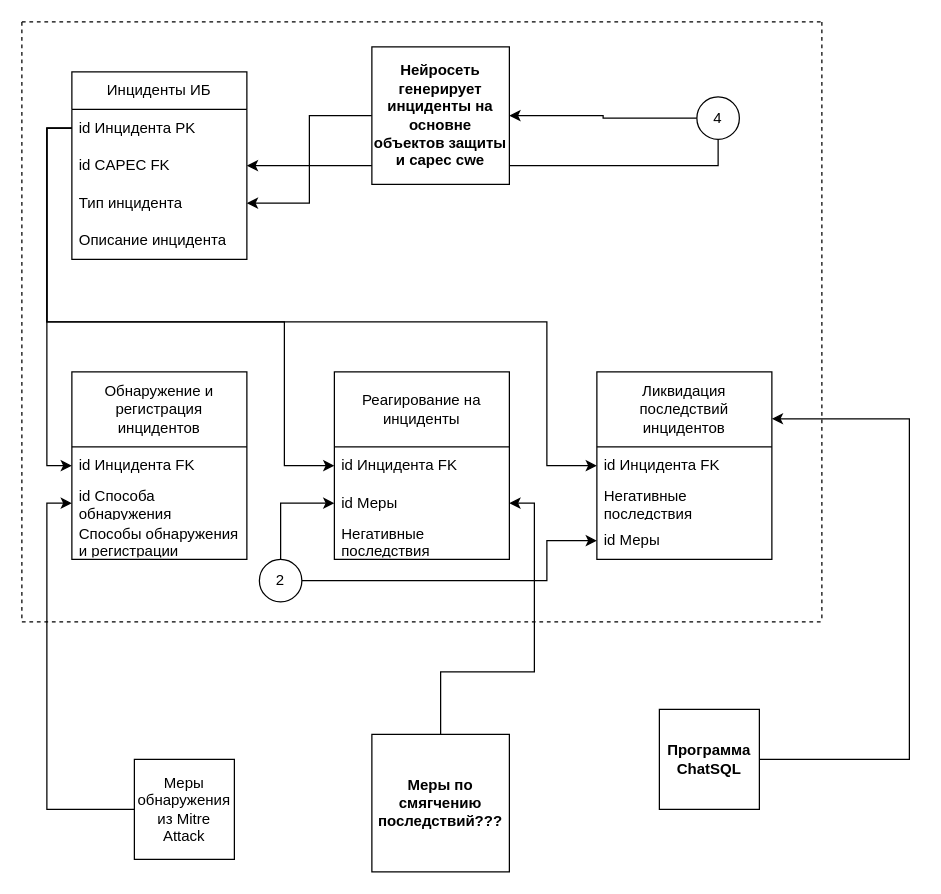
This is (Обновленная схема ОПЗ) Частные регламенты.drawio from SmirnovBogdan8/Diplom, a draw.io file, before an edit. Source tidied: cells renumbered, new cells numbered last; positions are measured from the earlier drawing's top-left corner, leaving out a move shared by most shapes. Both pictures are drawn from the tidied source at 125%, with x=0, y=0 at pixel (21, 21).
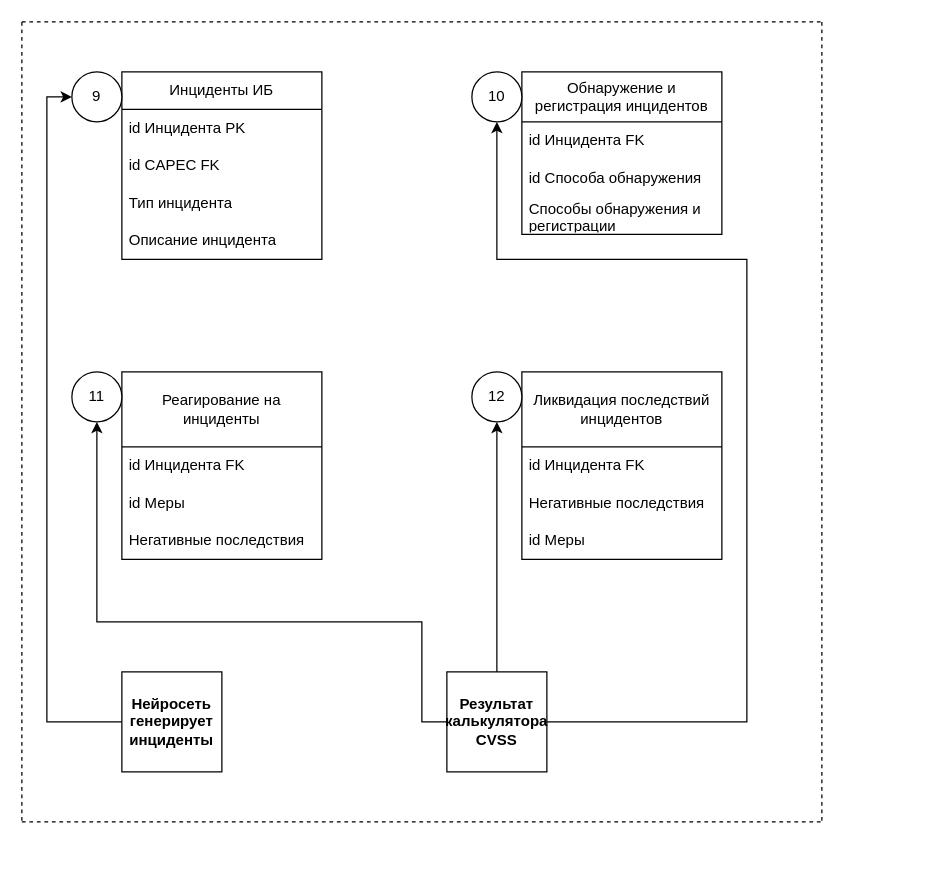
Above is the later version.

The edit, as a diff of the source:
```diff
@@
     <mxCell id="3" style="endArrow=none;dashed=1;html=1;rounded=0;" parent="1" edge="1">
       <mxGeometry relative="1" as="geometry">
-        <mxPoint y="480" as="sourcePoint" />
-        <mxPoint x="640" y="480" as="targetPoint" />
+        <mxPoint y="640" as="sourcePoint" />
+        <mxPoint x="640" y="640" as="targetPoint" />
       </mxGeometry>
     </mxCell>
     <mxCell id="4" style="endArrow=none;dashed=1;html=1;rounded=0;" parent="1" edge="1">
       <mxGeometry relative="1" as="geometry">
         <mxPoint as="sourcePoint" />
-        <mxPoint y="480" as="targetPoint" />
+        <mxPoint y="640" as="targetPoint" />
       </mxGeometry>
     </mxCell>
     <mxCell id="5" style="endArrow=none;dashed=1;html=1;rounded=0;" parent="1" edge="1">
       <mxGeometry relative="1" as="geometry">
         <mxPoint x="640" as="sourcePoint" />
-        <mxPoint x="640" y="480" as="targetPoint" />
+        <mxPoint x="640" y="640" as="targetPoint" />
       </mxGeometry>
     </mxCell>
-    <mxCell id="6" value="Обнаружение и регистрация инцидентов" style="swimlane;fontStyle=0;horizontal=1;startSize=60;whiteSpace=wrap;html=1;" parent="1" vertex="1">
-      <mxGeometry x="40" y="280" width="140" height="150" as="geometry" />
+    <mxCell id="6" value="Обнаружение и регистрация инцидентов" style="swimlane;fontStyle=0;horizontal=1;startSize=40;whiteSpace=wrap;html=1;" parent="1" vertex="1">
+      <mxGeometry x="400" y="40" width="160" height="130" as="geometry" />
     </mxCell>
     <mxCell id="7" value="id Инцидента FK" style="text;strokeColor=none;fillColor=none;align=left;verticalAlign=middle;spacingLeft=4;spacingRight=4;overflow=hidden;points=[[0,0.5],[1,0.5]];portConstraint=eastwest;whiteSpace=wrap;html=1;" parent="6" vertex="1">
-      <mxGeometry y="60" width="140" height="30" as="geometry" />
+      <mxGeometry y="40" width="160" height="30" as="geometry" />
     </mxCell>
     <mxCell id="8" value="id Способа обнаружения" style="text;strokeColor=none;fillColor=none;align=left;verticalAlign=middle;spacingLeft=4;spacingRight=4;overflow=hidden;points=[[0,0.5],[1,0.5]];portConstraint=eastwest;whiteSpace=wrap;html=1;" parent="6" vertex="1">
-      <mxGeometry y="90" width="140" height="30" as="geometry" />
+      <mxGeometry y="70" width="160" height="30" as="geometry" />
     </mxCell>
     <mxCell id="9" value="Способы обнаружения и регистрации" style="text;strokeColor=none;fillColor=none;align=left;verticalAlign=middle;spacingLeft=4;spacingRight=4;overflow=hidden;whiteSpace=wrap;html=1;" parent="6" vertex="1">
-      <mxGeometry y="120" width="140" height="30" as="geometry" />
+      <mxGeometry y="100" width="160" height="30" as="geometry" />
     </mxCell>
     <mxCell id="10" value="Инциденты ИБ" style="swimlane;fontStyle=0;horizontal=1;startSize=30;whiteSpace=wrap;html=1;" parent="1" vertex="1">
-      <mxGeometry x="40" y="40" width="140" height="150" as="geometry" />
+      <mxGeometry x="80" y="40" width="160" height="150" as="geometry" />
     </mxCell>
     <mxCell id="11" value="id Инцидента PK" style="text;strokeColor=none;fillColor=none;align=left;verticalAlign=middle;spacingLeft=4;spacingRight=4;overflow=hidden;points=[[0,0.5],[1,0.5]];portConstraint=eastwest;whiteSpace=wrap;html=1;" parent="10" vertex="1">
-      <mxGeometry y="30" width="140" height="30" as="geometry" />
+      <mxGeometry y="30" width="160" height="30" as="geometry" />
     </mxCell>
     <mxCell id="12" value="id CAPEC FK" style="text;strokeColor=none;fillColor=none;align=left;verticalAlign=middle;spacingLeft=4;spacingRight=4;overflow=hidden;points=[[0,0.5],[1,0.5]];portConstraint=eastwest;whiteSpace=wrap;html=1;" parent="10" vertex="1">
-      <mxGeometry y="60" width="140" height="30" as="geometry" />
+      <mxGeometry y="60" width="160" height="30" as="geometry" />
     </mxCell>
     <mxCell id="13" value="Тип инцидента" style="text;strokeColor=none;fillColor=none;align=left;verticalAlign=middle;spacingLeft=4;spacingRight=4;overflow=hidden;points=[[0,0.5],[1,0.5]];portConstraint=eastwest;whiteSpace=wrap;html=1;" parent="10" vertex="1">
-      <mxGeometry y="90" width="140" height="30" as="geometry" />
+      <mxGeometry y="90" width="160" height="30" as="geometry" />
     </mxCell>
     <mxCell id="14" value="Описание инцидента" style="text;strokeColor=none;fillColor=none;align=left;verticalAlign=middle;spacingLeft=4;spacingRight=4;overflow=hidden;whiteSpace=wrap;html=1;" parent="10" vertex="1">
-      <mxGeometry y="120" width="140" height="30" as="geometry" />
+      <mxGeometry y="120" width="160" height="30" as="geometry" />
     </mxCell>
     <mxCell id="15" value="Реагирование на инциденты" style="swimlane;fontStyle=0;horizontal=1;startSize=60;whiteSpace=wrap;html=1;" parent="1" vertex="1">
-      <mxGeometry x="250" y="280" width="140" height="150" as="geometry" />
+      <mxGeometry x="80" y="280" width="160" height="150" as="geometry" />
     </mxCell>
     <mxCell id="16" value="id Инцидента FK" style="text;strokeColor=none;fillColor=none;align=left;verticalAlign=middle;spacingLeft=4;spacingRight=4;overflow=hidden;points=[[0,0.5],[1,0.5]];portConstraint=eastwest;whiteSpace=wrap;html=1;" parent="15" vertex="1">
-      <mxGeometry y="60" width="140" height="30" as="geometry" />
+      <mxGeometry y="60" width="160" height="30" as="geometry" />
     </mxCell>
     <mxCell id="17" value="id Меры" style="text;strokeColor=none;fillColor=none;align=left;verticalAlign=middle;spacingLeft=4;spacingRight=4;overflow=hidden;points=[[0,0.5],[1,0.5]];portConstraint=eastwest;whiteSpace=wrap;html=1;" parent="15" vertex="1">
-      <mxGeometry y="90" width="140" height="30" as="geometry" />
+      <mxGeometry y="90" width="160" height="30" as="geometry" />
     </mxCell>
     <mxCell id="18" value="Негативные последствия" style="text;strokeColor=none;fillColor=none;align=left;verticalAlign=middle;spacingLeft=4;spacingRight=4;overflow=hidden;whiteSpace=wrap;html=1;" parent="15" vertex="1">
-      <mxGeometry y="120" width="140" height="30" as="geometry" />
+      <mxGeometry y="120" width="160" height="30" as="geometry" />
     </mxCell>
     <mxCell id="19" value="Ликвидация последствий инцидентов" style="swimlane;fontStyle=0;horizontal=1;startSize=60;whiteSpace=wrap;html=1;" parent="1" vertex="1">
-      <mxGeometry x="460" y="280" width="140" height="150" as="geometry" />
+      <mxGeometry x="400" y="280" width="160" height="150" as="geometry" />
     </mxCell>
     <mxCell id="20" value="id Инцидента FK" style="text;strokeColor=none;fillColor=none;align=left;verticalAlign=middle;spacingLeft=4;spacingRight=4;overflow=hidden;points=[[0,0.5],[1,0.5]];portConstraint=eastwest;whiteSpace=wrap;html=1;" parent="19" vertex="1">
-      <mxGeometry y="60" width="140" height="30" as="geometry" />
+      <mxGeometry y="60" width="160" height="30" as="geometry" />
     </mxCell>
     <mxCell id="21" value="Негативные последствия" style="text;strokeColor=none;fillColor=none;align=left;verticalAlign=middle;spacingLeft=4;spacingRight=4;overflow=hidden;whiteSpace=wrap;html=1;" parent="19" vertex="1">
-      <mxGeometry y="90" width="140" height="30" as="geometry" />
+      <mxGeometry y="90" width="160" height="30" as="geometry" />
     </mxCell>
     <mxCell id="22" value="id Меры" style="text;strokeColor=none;fillColor=none;align=left;verticalAlign=middle;spacingLeft=4;spacingRight=4;overflow=hidden;points=[[0,0.5],[1,0.5]];portConstraint=eastwest;whiteSpace=wrap;html=1;" parent="19" vertex="1">
-      <mxGeometry y="120" width="140" height="30" as="geometry" />
+      <mxGeometry y="120" width="160" height="30" as="geometry" />
     </mxCell>
-    <mxCell id="23" style="edgeStyle=orthogonalEdgeStyle;rounded=0;jettySize=auto;html=1;exitX=0;exitY=0.5;exitDx=0;exitDy=0;entryX=0;entryY=0.5;entryDx=0;entryDy=0;" parent="1" edge="1" source="11" target="7">
-      <mxGeometry relative="1" as="geometry" />
-    </mxCell>
-    <mxCell id="24" style="edgeStyle=orthogonalEdgeStyle;rounded=0;jettySize=auto;html=1;exitX=0;exitY=0.5;exitDx=0;exitDy=0;entryX=0;entryY=0.5;entryDx=0;entryDy=0;" parent="1" edge="1" source="11" target="16">
-      <mxGeometry relative="1" as="geometry">
-        <Array as="points">
-          <mxPoint x="20" y="85" />
-          <mxPoint x="20" y="240" />
-          <mxPoint x="210" y="240" />
-          <mxPoint x="210" y="355" />
-        </Array>
-      </mxGeometry>
-    </mxCell>
-    <mxCell id="25" style="edgeStyle=orthogonalEdgeStyle;rounded=0;jettySize=auto;html=1;exitX=0;exitY=0.5;exitDx=0;exitDy=0;entryX=0;entryY=0.5;entryDx=0;entryDy=0;" parent="1" edge="1" source="11" target="20">
-      <mxGeometry relative="1" as="geometry">
-        <Array as="points">
-          <mxPoint x="20" y="85" />
-          <mxPoint x="20" y="240" />
-          <mxPoint x="420" y="240" />
-          <mxPoint x="420" y="355" />
-        </Array>
-      </mxGeometry>
-    </mxCell>
-    <mxCell id="26" style="edgeStyle=orthogonalEdgeStyle;rounded=0;jettySize=auto;html=1;entryX=1;entryY=0.5;entryDx=0;entryDy=0;" parent="1" edge="1" source="28" target="12">
-      <mxGeometry relative="1" as="geometry" />
-    </mxCell>
-    <mxCell id="27" style="edgeStyle=orthogonalEdgeStyle;rounded=0;jettySize=auto;html=1;exitX=0;exitY=0.5;exitDx=0;exitDy=0;" parent="1" edge="1" source="28" target="39">
-      <mxGeometry relative="1" as="geometry" />
-    </mxCell>
-    <mxCell id="28" value="4" style="ellipse;whiteSpace=wrap;html=1;" parent="1" vertex="1">
-      <mxGeometry x="540" y="60" width="34" height="34" as="geometry" />
-    </mxCell>
-    <mxCell id="29" style="edgeStyle=orthogonalEdgeStyle;rounded=0;jettySize=auto;html=1;entryX=0;entryY=0.5;entryDx=0;entryDy=0;" parent="1" edge="1" source="31" target="17">
-      <mxGeometry relative="1" as="geometry" />
-    </mxCell>
-    <mxCell id="30" style="edgeStyle=orthogonalEdgeStyle;rounded=0;jettySize=auto;html=1;entryX=0;entryY=0.5;entryDx=0;entryDy=0;" parent="1" edge="1" source="31" target="22">
-      <mxGeometry relative="1" as="geometry">
-        <Array as="points">
-          <mxPoint x="420" y="447" />
-          <mxPoint x="420" y="415" />
-        </Array>
-      </mxGeometry>
-    </mxCell>
-    <mxCell id="31" value="2" style="ellipse;whiteSpace=wrap;html=1;" parent="1" vertex="1">
-      <mxGeometry x="190" y="430" width="34" height="34" as="geometry" />
-    </mxCell>
-    <mxCell id="32" style="edgeStyle=orthogonalEdgeStyle;rounded=0;jettySize=auto;html=1;entryX=1;entryY=0.25;entryDx=0;entryDy=0;" parent="1" edge="1" source="33" target="19">
-      <mxGeometry relative="1" as="geometry">
-        <Array as="points">
-          <mxPoint x="710" y="590" />
-          <mxPoint x="710" y="318" />
-        </Array>
-      </mxGeometry>
-    </mxCell>
+    <mxCell id="40" style="edgeStyle=orthogonalEdgeStyle;rounded=0;jettySize=auto;html=1;exitX=1;exitY=0.5;exitDx=0;exitDy=0;entryX=0.5;entryY=1;entryDx=0;entryDy=0;" parent="1" edge="1" source="33" target="45">
+      <mxGeometry relative="1" as="geometry">
+        <Array as="points">
+          <mxPoint x="580" y="560" />
+          <mxPoint x="580" y="190" />
+          <mxPoint x="380" y="190" />
+        </Array>
+      </mxGeometry>
+    </mxCell>
+    <mxCell id="41" style="edgeStyle=orthogonalEdgeStyle;rounded=0;jettySize=auto;html=1;exitX=0.5;exitY=0;exitDx=0;exitDy=0;entryX=0.5;entryY=1;entryDx=0;entryDy=0;" parent="1" edge="1" source="33" target="47">
+      <mxGeometry relative="1" as="geometry" />
+    </mxCell>
+    <mxCell id="42" style="edgeStyle=orthogonalEdgeStyle;rounded=0;jettySize=auto;html=1;exitX=0;exitY=0.5;exitDx=0;exitDy=0;entryX=0.5;entryY=1;entryDx=0;entryDy=0;" parent="1" edge="1" source="33" target="46">
+      <mxGeometry relative="1" as="geometry">
+        <Array as="points">
+          <mxPoint x="320" y="560" />
+          <mxPoint x="320" y="480" />
+          <mxPoint x="60" y="480" />
+        </Array>
+      </mxGeometry>
+    </mxCell>
-    <mxCell id="33" value="&lt;b&gt;Программа ChatSQL&lt;/b&gt;" style="whiteSpace=wrap;html=1;" parent="1" vertex="1">
-      <mxGeometry x="510" y="550" width="80" height="80" as="geometry" />
+    <mxCell id="33" value="&lt;b&gt;Результат калькулятора CVSS&lt;/b&gt;" style="whiteSpace=wrap;html=1;" parent="1" vertex="1">
+      <mxGeometry x="340" y="520" width="80" height="80" as="geometry" />
     </mxCell>
-    <mxCell id="34" style="edgeStyle=orthogonalEdgeStyle;rounded=0;jettySize=auto;html=1;exitX=0;exitY=0.5;exitDx=0;exitDy=0;entryX=0;entryY=0.5;entryDx=0;entryDy=0;" parent="1" edge="1" source="35" target="8">
-      <mxGeometry relative="1" as="geometry" />
-    </mxCell>
-    <mxCell id="35" value="Меры обнаружения из Mitre Attack" style="whiteSpace=wrap;html=1;" parent="1" vertex="1">
-      <mxGeometry x="90" y="590" width="80" height="80" as="geometry" />
-    </mxCell>
-    <mxCell id="36" style="edgeStyle=orthogonalEdgeStyle;rounded=0;jettySize=auto;html=1;exitX=0.5;exitY=0;exitDx=0;exitDy=0;" parent="1" edge="1" source="37" target="17">
-      <mxGeometry relative="1" as="geometry">
-        <Array as="points">
-          <mxPoint x="335" y="520" />
-          <mxPoint x="410" y="520" />
-          <mxPoint x="410" y="385" />
-        </Array>
-      </mxGeometry>
-    </mxCell>
-    <mxCell id="37" value="&lt;b&gt;Меры по смягчению последствий???&lt;/b&gt;" style="whiteSpace=wrap;html=1;" parent="1" vertex="1">
-      <mxGeometry x="280" y="570" width="110" height="110" as="geometry" />
-    </mxCell>
-    <mxCell id="38" style="edgeStyle=orthogonalEdgeStyle;rounded=0;jettySize=auto;html=1;exitX=0;exitY=0.5;exitDx=0;exitDy=0;entryX=1;entryY=0.5;entryDx=0;entryDy=0;" parent="1" edge="1" source="39" target="13">
-      <mxGeometry relative="1" as="geometry" />
-    </mxCell>
+    <mxCell id="43" style="edgeStyle=orthogonalEdgeStyle;rounded=0;jettySize=auto;html=1;exitX=0;exitY=0.5;exitDx=0;exitDy=0;entryX=0;entryY=0.5;entryDx=0;entryDy=0;" parent="1" edge="1" source="39" target="44">
+      <mxGeometry relative="1" as="geometry" />
+    </mxCell>
-    <mxCell id="39" value="&lt;b&gt;Нейросеть генерирует инциденты на основне объектов защиты и capec cwe&lt;/b&gt;" style="whiteSpace=wrap;html=1;" parent="1" vertex="1">
-      <mxGeometry x="280" y="20" width="110" height="110" as="geometry" />
+    <mxCell id="39" value="&lt;b&gt;Нейросеть генерирует инциденты&lt;/b&gt;" style="whiteSpace=wrap;html=1;" parent="1" vertex="1">
+      <mxGeometry x="80" y="520" width="80" height="80" as="geometry" />
     </mxCell>
+    <mxCell id="44" value="9" style="ellipse;whiteSpace=wrap;html=1;" parent="1" vertex="1">
+      <mxGeometry x="40" y="40" width="40" height="40" as="geometry" />
+    </mxCell>
+    <mxCell id="45" value="10" style="ellipse;whiteSpace=wrap;html=1;" parent="1" vertex="1">
+      <mxGeometry x="360" y="40" width="40" height="40" as="geometry" />
+    </mxCell>
+    <mxCell id="46" value="11" style="ellipse;whiteSpace=wrap;html=1;" parent="1" vertex="1">
+      <mxGeometry x="40" y="280" width="40" height="40" as="geometry" />
+    </mxCell>
+    <mxCell id="47" value="12" style="ellipse;whiteSpace=wrap;html=1;" parent="1" vertex="1">
+      <mxGeometry x="360" y="280" width="40" height="40" as="geometry" />
+    </mxCell>
```
